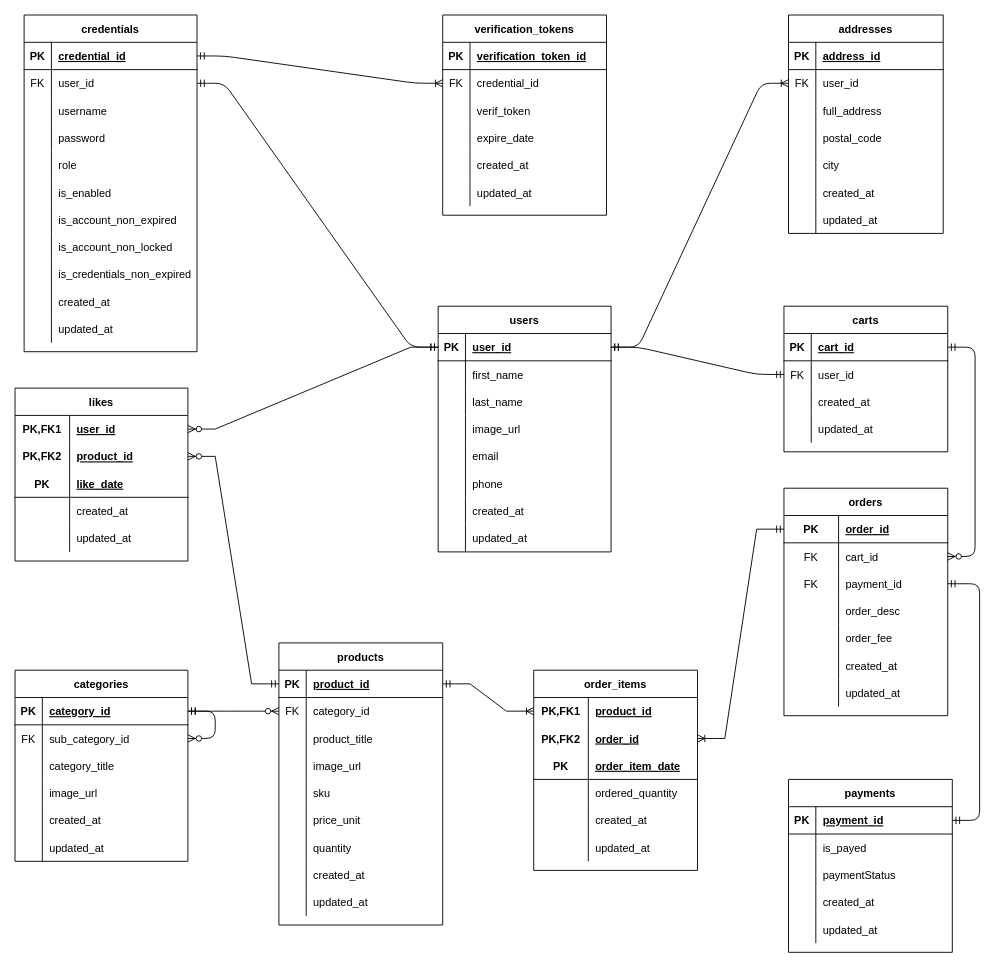
SelimHorri/ecommerce-monolithic-backend-app keeps this draw.io diagram as ecommerce-ERD-diag.drawio. Above is the earlier version. Source tidied: cells renumbered, new cells numbered last; positions are measured from the earlier drawing's top-left corner, leaving out a move shared by most shapes. Both pictures are drawn from the tidied source at 91%, with x=0, y=0 at pixel (15, 15).
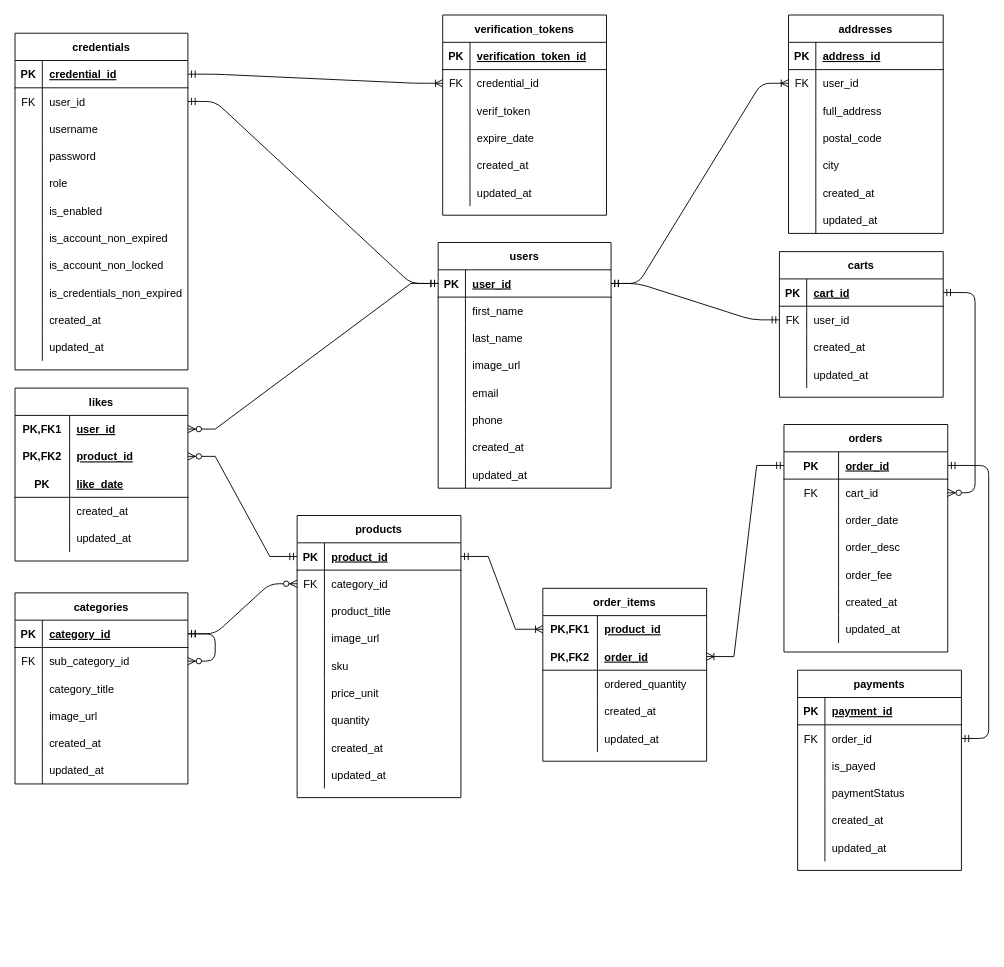
The same page after the edit.

Commit message (it also covers changes not shown here):
enhance more ERD diag

The change refers to these unchanged cells:
```xml
<mxCell id="132" style="shape=partialRectangle;fillColor=none;top=0;left=0;bottom=1;right=0;points=[[0,0.5],[1,0.5]];portConstraint=eastwest;" parent="131" vertex="1">
  <mxGeometry y="30" width="180" height="30" as="geometry" />
</mxCell>
<mxCell id="138" style="shape=partialRectangle;fillColor=none;top=0;left=0;bottom=0;right=0;points=[[0,0.5],[1,0.5]];portConstraint=eastwest;" parent="131" vertex="1">
  <mxGeometry y="90" width="180" height="30" as="geometry" />
</mxCell>
<mxCell id="154" style="shape=partialRectangle;fillColor=none;top=0;left=0;bottom=1;right=0;points=[[0,0.5],[1,0.5]];portConstraint=eastwest;" parent="153" vertex="1">
  <mxGeometry y="30" width="180" height="30" as="geometry" />
</mxCell>
```

The edit, as a diff of the source:
```diff
@@
     <mxCell id="2" value="users" style="shape=table;startSize=30;childLayout=tableLayout;rowLines=0;fontStyle=1;align=center;" parent="1" vertex="1">
-      <mxGeometry x="465" y="320" width="190" height="270" as="geometry" />
+      <mxGeometry x="465" y="250" width="190" height="270" as="geometry" />
     </mxCell>
@@
     <mxCell id="27" value="credentials" style="shape=table;startSize=30;childLayout=tableLayout;rowLines=0;fontStyle=1;align=center;" parent="1" vertex="1">
-      <mxGeometry x="10" width="190" height="370" as="geometry" />
+      <mxGeometry y="20" width="190" height="370" as="geometry" />
     </mxCell>
@@
     <mxCell id="83" value="products" style="shape=table;startSize=30;childLayout=tableLayout;rowLines=0;fontStyle=1;align=center;" parent="1" vertex="1">
-      <mxGeometry x="290" y="690" width="180" height="310" as="geometry" />
+      <mxGeometry x="310" y="550" width="180" height="310" as="geometry" />
     </mxCell>
@@
     <mxCell id="111" value="categories" style="shape=table;startSize=30;childLayout=tableLayout;rowLines=0;fontStyle=1;align=center;" parent="1" vertex="1">
-      <mxGeometry y="720" width="190" height="210" as="geometry" />
+      <mxGeometry y="635" width="190" height="210" as="geometry" />
     </mxCell>
@@
     <mxCell id="131" value="orders" style="shape=table;startSize=30;childLayout=tableLayout;rowLines=0;fontStyle=1;align=center;" parent="1" vertex="1">
-      <mxGeometry x="845" y="520" width="180" height="250" as="geometry" />
+      <mxGeometry x="845" y="450" width="180" height="250" as="geometry" />
     </mxCell>
@@
-    <mxCell id="139" value="FK" style="shape=partialRectangle;fillColor=none;top=0;left=0;bottom=0;right=0;overflow=hidden;" parent="138" vertex="1">
-      <mxGeometry width="60" height="30" as="geometry" />
-    </mxCell>
-    <mxCell id="140" value="payment_id" style="shape=partialRectangle;fillColor=none;top=0;left=0;bottom=0;right=0;align=left;spacingLeft=6;overflow=hidden;" parent="138" vertex="1">
-      <mxGeometry x="60" width="120" height="30" as="geometry" />
-    </mxCell>
+    <mxCell id="247" style="shape=partialRectangle;fillColor=none;top=0;left=0;bottom=0;right=0;overflow=hidden;" parent="138" vertex="1">
+      <mxGeometry width="60" height="30" as="geometry" />
+    </mxCell>
+    <mxCell id="248" value="order_date" style="shape=partialRectangle;fillColor=none;top=0;left=0;bottom=0;right=0;align=left;spacingLeft=6;overflow=hidden;" parent="138" vertex="1">
+      <mxGeometry x="60" width="120" height="30" as="geometry" />
+    </mxCell>
@@
     <mxCell id="153" value="payments" style="shape=table;startSize=30;childLayout=tableLayout;rowLines=0;fontStyle=1;align=center;" parent="1" vertex="1">
-      <mxGeometry x="850" y="840" width="180" height="190" as="geometry" />
+      <mxGeometry x="860" y="720" width="180" height="220" as="geometry" />
     </mxCell>
@@
+    <mxCell id="230" style="shape=partialRectangle;fillColor=none;top=0;left=0;bottom=0;right=0;points=[[0,0.5],[1,0.5]];portConstraint=eastwest;" parent="153" vertex="1">
+      <mxGeometry y="60" width="180" height="30" as="geometry" />
+    </mxCell>
+    <mxCell id="139" value="FK" style="shape=partialRectangle;fillColor=none;top=0;left=0;bottom=0;right=0;overflow=hidden;" parent="230" vertex="1">
+      <mxGeometry width="30" height="30" as="geometry" />
+    </mxCell>
+    <mxCell id="232" value="order_id" style="shape=partialRectangle;fillColor=none;top=0;left=0;bottom=0;right=0;align=left;spacingLeft=6;overflow=hidden;" parent="230" vertex="1">
+      <mxGeometry x="30" width="150" height="30" as="geometry" />
+    </mxCell>
     <mxCell id="157" style="shape=partialRectangle;fillColor=none;top=0;left=0;bottom=0;right=0;" parent="153" vertex="1">
-      <mxGeometry y="60" width="180" height="30" as="geometry" />
+      <mxGeometry y="90" width="180" height="30" as="geometry" />
     </mxCell>
@@
     <mxCell id="160" style="shape=partialRectangle;fillColor=none;top=0;left=0;bottom=0;right=0;" parent="153" vertex="1">
-      <mxGeometry y="90" width="180" height="30" as="geometry" />
+      <mxGeometry y="120" width="180" height="30" as="geometry" />
     </mxCell>
@@
     <mxCell id="163" style="shape=partialRectangle;fillColor=none;top=0;left=0;bottom=0;right=0;" parent="153" vertex="1">
-      <mxGeometry y="120" width="180" height="30" as="geometry" />
+      <mxGeometry y="150" width="180" height="30" as="geometry" />
     </mxCell>
@@
     <mxCell id="166" style="shape=partialRectangle;fillColor=none;top=0;left=0;bottom=0;right=0;" parent="153" vertex="1">
-      <mxGeometry y="150" width="180" height="30" as="geometry" />
+      <mxGeometry y="180" width="180" height="30" as="geometry" />
     </mxCell>
@@
-    <mxCell id="169" style="edgeStyle=entityRelationEdgeStyle;fontSize=12;html=1;endArrow=ERmandOne;startArrow=ERmandOne;" parent="1" edge="1" source="154" target="138">
+    <mxCell id="169" style="edgeStyle=entityRelationEdgeStyle;fontSize=12;html=1;endArrow=ERmandOne;startArrow=ERmandOne;" parent="1" edge="1" source="132" target="230">
       <mxGeometry relative="1" as="geometry" />
     </mxCell>
@@
     <mxCell id="171" value="carts" style="shape=table;startSize=30;childLayout=tableLayout;rowLines=0;fontStyle=1;align=center;" parent="1" vertex="1">
-      <mxGeometry x="845" y="320" width="180" height="160" as="geometry" />
+      <mxGeometry x="840" y="260" width="180" height="160" as="geometry" />
     </mxCell>
@@
     <mxCell id="226" value="order_items" style="shape=table;startSize=30;childLayout=tableLayout;rowLines=0;fontStyle=1;align=center;" parent="1" vertex="1">
-      <mxGeometry x="570" y="720" width="180" height="220" as="geometry" />
+      <mxGeometry x="580" y="630" width="180" height="190" as="geometry" />
     </mxCell>
@@
-    <mxCell id="230" style="shape=partialRectangle;fillColor=none;top=0;left=0;bottom=0;right=0;points=[[0,0.5],[1,0.5]];portConstraint=eastwest;" parent="226" vertex="1">
-      <mxGeometry y="60" width="180" height="30" as="geometry" />
-    </mxCell>
-    <mxCell id="231" value="PK,FK2" style="shape=partialRectangle;fillColor=none;top=0;left=0;bottom=0;right=0;fontStyle=1;overflow=hidden;" parent="230" vertex="1">
-      <mxGeometry width="60" height="30" as="geometry" />
-    </mxCell>
-    <mxCell id="232" value="order_id" style="shape=partialRectangle;fillColor=none;top=0;left=0;bottom=0;right=0;align=left;spacingLeft=6;fontStyle=5;overflow=hidden;" parent="230" vertex="1">
-      <mxGeometry x="60" width="120" height="30" as="geometry" />
-    </mxCell>
     <mxCell id="233" style="shape=partialRectangle;fillColor=none;top=0;left=0;bottom=1;right=0;points=[[0,0.5],[1,0.5]];portConstraint=eastwest;" parent="226" vertex="1">
-      <mxGeometry y="90" width="180" height="30" as="geometry" />
+      <mxGeometry y="60" width="180" height="30" as="geometry" />
     </mxCell>
-    <mxCell id="234" value="PK" style="shape=partialRectangle;fillColor=none;top=0;left=0;bottom=0;right=0;fontStyle=1;overflow=hidden;" parent="233" vertex="1">
+    <mxCell id="234" value="PK,FK2" style="shape=partialRectangle;fillColor=none;top=0;left=0;bottom=0;right=0;fontStyle=1;overflow=hidden;" parent="233" vertex="1">
       <mxGeometry width="60" height="30" as="geometry" />
     </mxCell>
-    <mxCell id="235" value="order_item_date" style="shape=partialRectangle;fillColor=none;top=0;left=0;bottom=0;right=0;align=left;spacingLeft=6;fontStyle=5;overflow=hidden;" parent="233" vertex="1">
+    <mxCell id="235" value="order_id" style="shape=partialRectangle;fillColor=none;top=0;left=0;bottom=0;right=0;align=left;spacingLeft=6;fontStyle=5;overflow=hidden;" parent="233" vertex="1">
       <mxGeometry x="60" width="120" height="30" as="geometry" />
     </mxCell>
     <mxCell id="236" style="shape=partialRectangle;fillColor=none;top=0;left=0;bottom=0;right=0;" parent="226" vertex="1">
-      <mxGeometry y="120" width="180" height="30" as="geometry" />
+      <mxGeometry y="90" width="180" height="30" as="geometry" />
     </mxCell>
@@
     <mxCell id="239" style="shape=partialRectangle;fillColor=none;top=0;left=0;bottom=0;right=0;" parent="226" vertex="1">
-      <mxGeometry y="150" width="180" height="30" as="geometry" />
+      <mxGeometry y="120" width="180" height="30" as="geometry" />
     </mxCell>
@@
     <mxCell id="242" style="shape=partialRectangle;fillColor=none;top=0;left=0;bottom=0;right=0;" parent="226" vertex="1">
-      <mxGeometry y="180" width="180" height="30" as="geometry" />
+      <mxGeometry y="150" width="180" height="30" as="geometry" />
     </mxCell>
@@
-    <mxCell id="245" style="edgeStyle=entityRelationEdgeStyle;fontSize=12;html=1;endArrow=ERoneToMany;startArrow=ERmandOne;rounded=0;" parent="1" edge="1" source="132" target="230">
+    <mxCell id="245" style="edgeStyle=entityRelationEdgeStyle;fontSize=12;html=1;endArrow=ERoneToMany;startArrow=ERmandOne;rounded=0;" parent="1" edge="1" source="132" target="233">
       <mxGeometry relative="1" as="geometry" />
     </mxCell>
```
